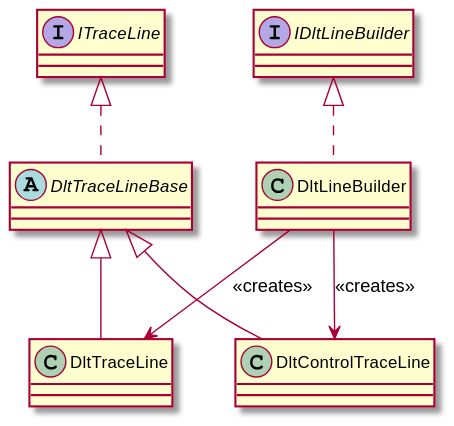
Above: TraceReader.Dlt/docs/out/diagrams/DLT.TraceLine/DLT.TraceLine.svg in jcurl/RJCP.DLL.Log (PlantUML), before the change.
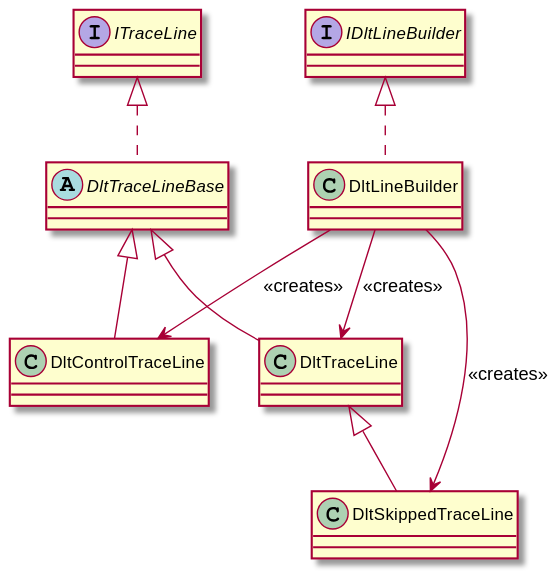
Later version of the same file.

Change to the diagram source:
```diff
@@ -11,7 +11,11 @@
 interface IDltLineBuilder
 class DltLineBuilder
 
+class DltSkippedTraceLine
+DltTraceLine <|-- DltSkippedTraceLine
+
 IDltLineBuilder <|.. DltLineBuilder
 DltLineBuilder --> DltTraceLine : <<creates>>
 DltLineBuilder --> DltControlTraceLine : <<creates>>
+DltLineBuilder --> DltSkippedTraceLine : <<creates>>
 @enduml
```
